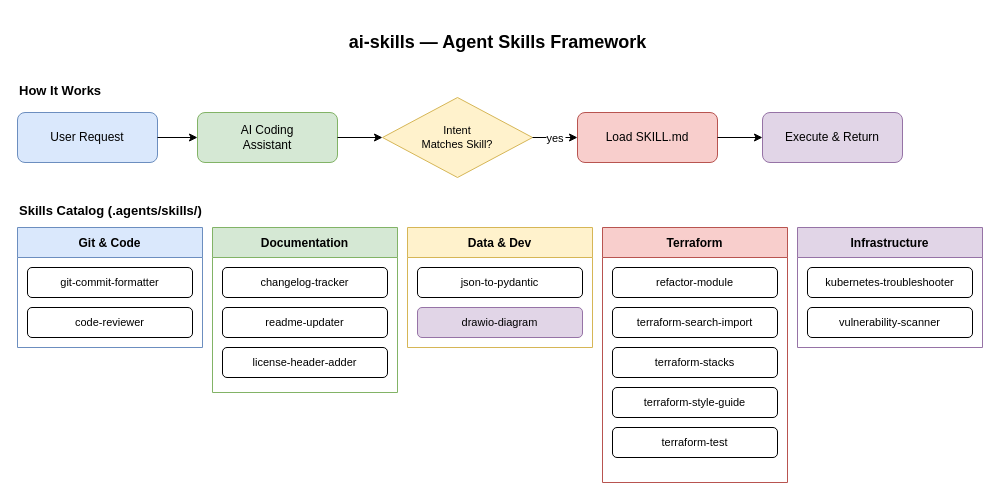
The draw.io diagram ai-skills-architecture.drawio in rcbassil/ai-skills, before the edit. Source tidied: cells renumbered, new cells numbered last; positions are measured from the earlier drawing's top-left corner, leaving out a move shared by most shapes. Both pictures are drawn from the tidied source at 100%, with x=0, y=0 at pixel (17, 17).
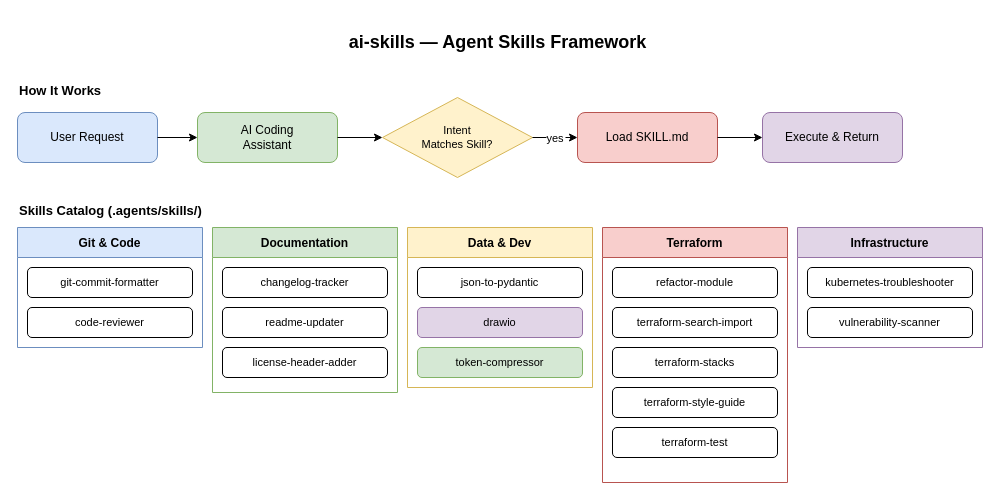
Above is the later version.

Commit message (it also covers changes not shown here):
docs(arch): update architecture diagram with token-compressor

The edit, as a diff of the source:
```diff
@@
     <mxCell id="21" value="Data &amp; Dev" style="swimlane;fontStyle=1;align=center;startSize=30;fillColor=#fff2cc;strokeColor=#d6b656;fontSize=12;" parent="1" vertex="1">
-      <mxGeometry x="390" y="210" width="185" height="120" as="geometry" />
+      <mxGeometry x="390" y="210" width="185" height="160" as="geometry" />
     </mxCell>
@@
-    <mxCell id="23" value="drawio-diagram" style="rounded=1;whiteSpace=wrap;html=1;fontSize=11;fillColor=#e1d5e7;strokeColor=#9673a6;" parent="21" vertex="1">
+    <mxCell id="23" value="drawio" style="rounded=1;whiteSpace=wrap;html=1;fontSize=11;fillColor=#e1d5e7;strokeColor=#9673a6;" parent="21" vertex="1">
       <mxGeometry x="10" y="80" width="165" height="30" as="geometry" />
     </mxCell>
+    <mxCell id="33" value="token-compressor" style="rounded=1;whiteSpace=wrap;html=1;fontSize=11;fillColor=#d5e8d4;strokeColor=#82b366;" parent="21" vertex="1">
+      <mxGeometry x="10" y="120" width="165" height="30" as="geometry" />
+    </mxCell>
```
